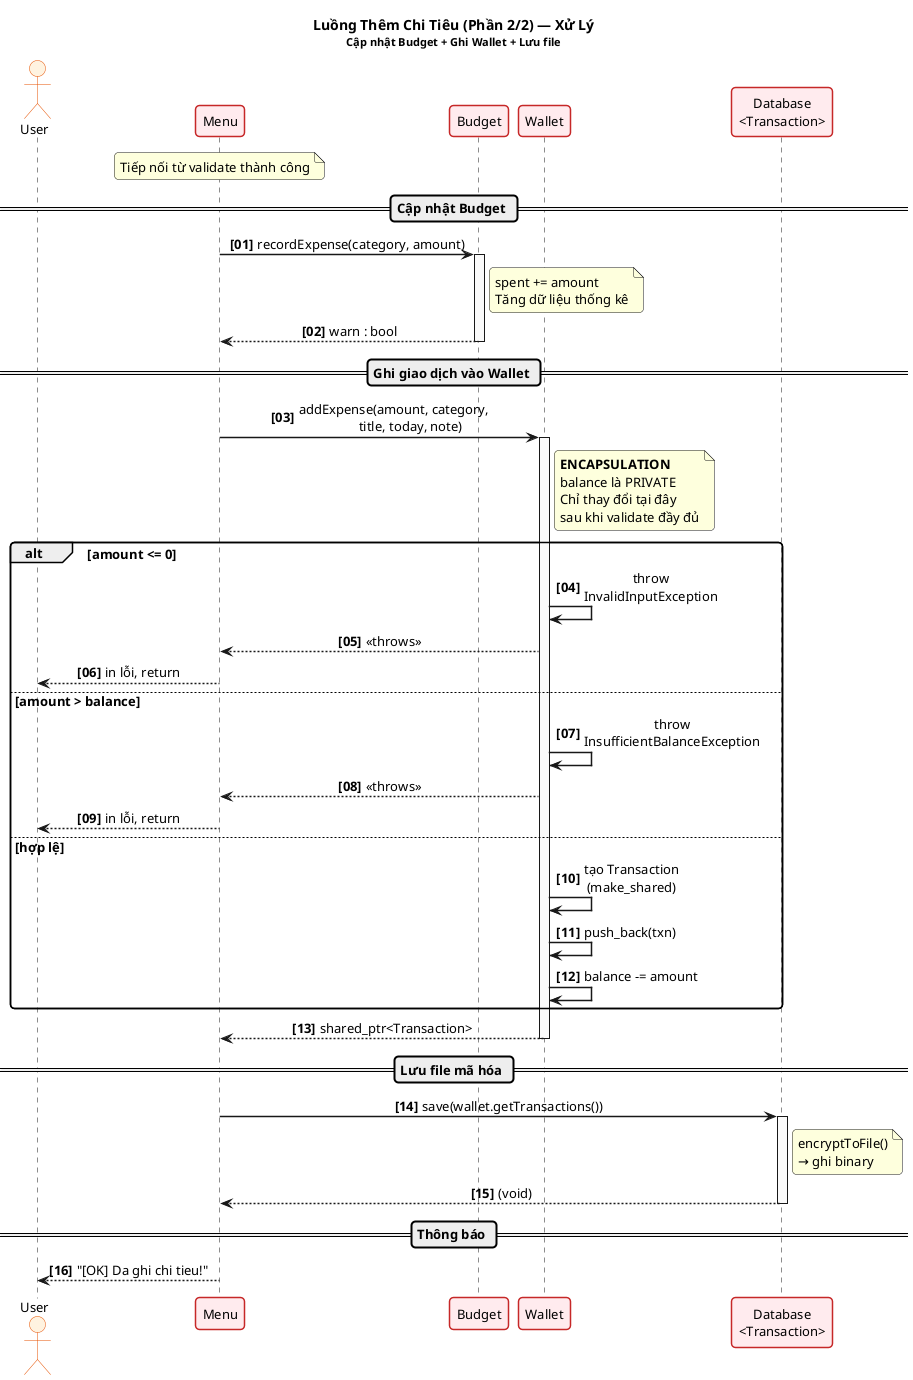
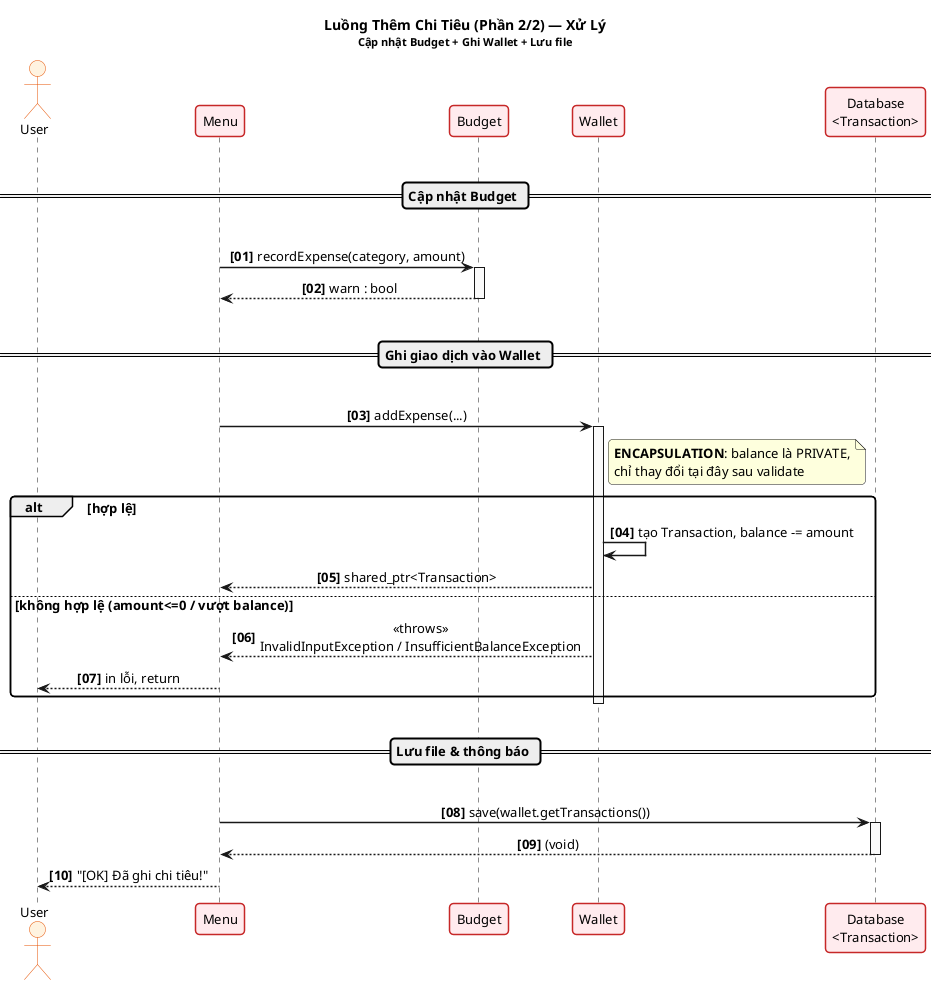
@startuml sequence_add_expense_process

skinparam defaultFontSize 13
skinparam sequenceMessageAlign center
skinparam sequenceArrowThickness 1.5
skinparam lifelineBorderColor #444444
skinparam sequenceParticipantBorderThickness 1.5
skinparam shadowing false
skinparam roundCorner 8

skinparam sequence {
    LifeLineBackgroundColor #FAFAFA
    ParticipantBackgroundColor #FFEBEE
    ParticipantBorderColor #C62828
    ActorBackgroundColor #FFF3E0
    ActorBorderColor #E65100
}

autonumber "<b>[00]</b>"

title <b>Luồng Thêm Chi Tiêu (Phần 2/2) — Xử Lý</b>\n<size:11>Cập nhật Budget + Ghi Wallet + Lưu file</size>

actor       "User"        as U
participant "Menu"        as M
participant "Budget"      as BDG
participant "Wallet"      as W
participant "Database\n<Transaction>" as DB

- note over M : Tiếp nối từ validate thành công
- 
+ |||
== Cập nhật Budget ==
+ |||

M -> BDG : recordExpense(category, amount)
activate BDG
- note right of BDG
-   spent += amount
-   Tăng dữ liệu thống kê
- end note
BDG --> M : warn : bool
deactivate BDG

+ |||
== Ghi giao dịch vào Wallet ==
+ |||

- M -> W : addExpense(amount, category,\n          title, today, note)
+ M -> W : addExpense(...)
activate W

note right of W
-   **ENCAPSULATION**
-   balance là PRIVATE
-   Chỉ thay đổi tại đây
-   sau khi validate đầy đủ
+   **ENCAPSULATION**: balance là PRIVATE,
+   chỉ thay đổi tại đây sau validate
end note

- alt amount <= 0
-     W -> W : throw\nInvalidInputException
-     W --> M : <<throws>>
+ alt hợp lệ
+ 
+     W -> W : tạo Transaction, balance -= amount
+     W --> M : shared_ptr<Transaction>
+ 
+ else không hợp lệ (amount<=0 / vượt balance)
+ 
+     W --> M : <<throws>>\nInvalidInputException / InsufficientBalanceException
    M --> U : in lỗi, return

- else amount > balance
-     W -> W : throw\nInsufficientBalanceException
-     W --> M : <<throws>>
-     M --> U : in lỗi, return
- 
- else hợp lệ
-     W -> W : tạo Transaction\n(make_shared)
-     W -> W : push_back(txn)
-     W -> W : balance -= amount
end

- W --> M : shared_ptr<Transaction>
deactivate W

- == Lưu file mã hóa ==
+ |||
+ == Lưu file & thông báo ==
+ |||

M -> DB : save(wallet.getTransactions())
activate DB
- note right of DB
-   encryptToFile()
-   → ghi binary
- end note
DB --> M : (void)
deactivate DB

- == Thông báo ==
- 
- M --> U : "[OK] Da ghi chi tieu!"
+ M --> U : "[OK] Đã ghi chi tiêu!"

deactivate M

- @enduml+ @enduml
